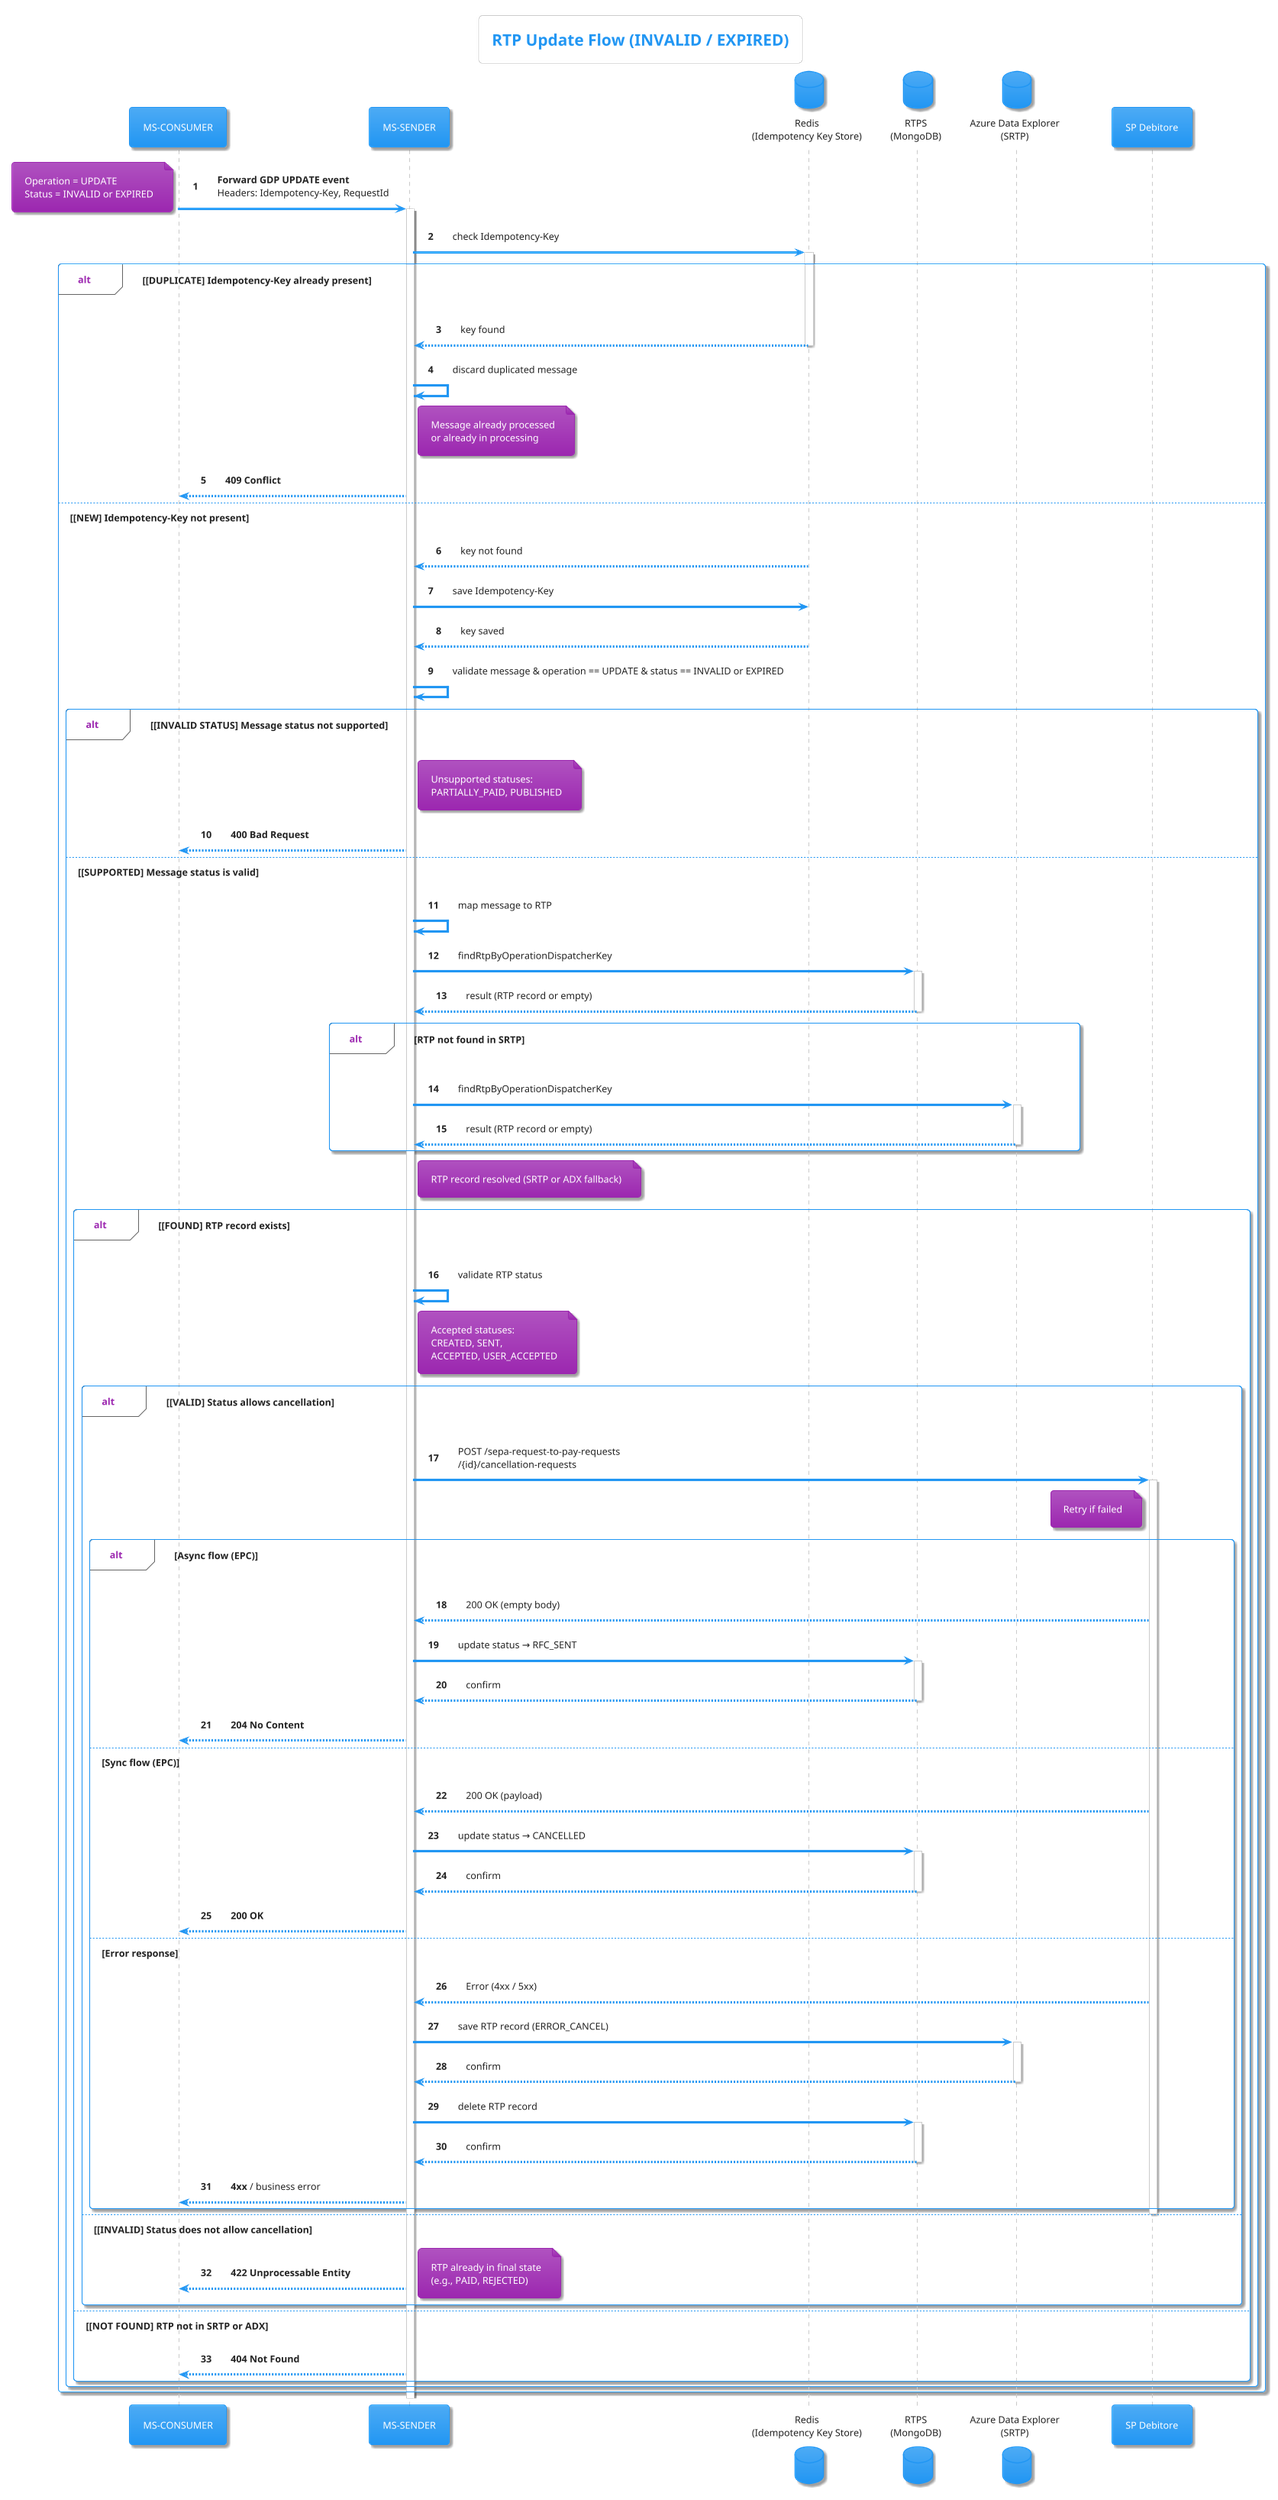
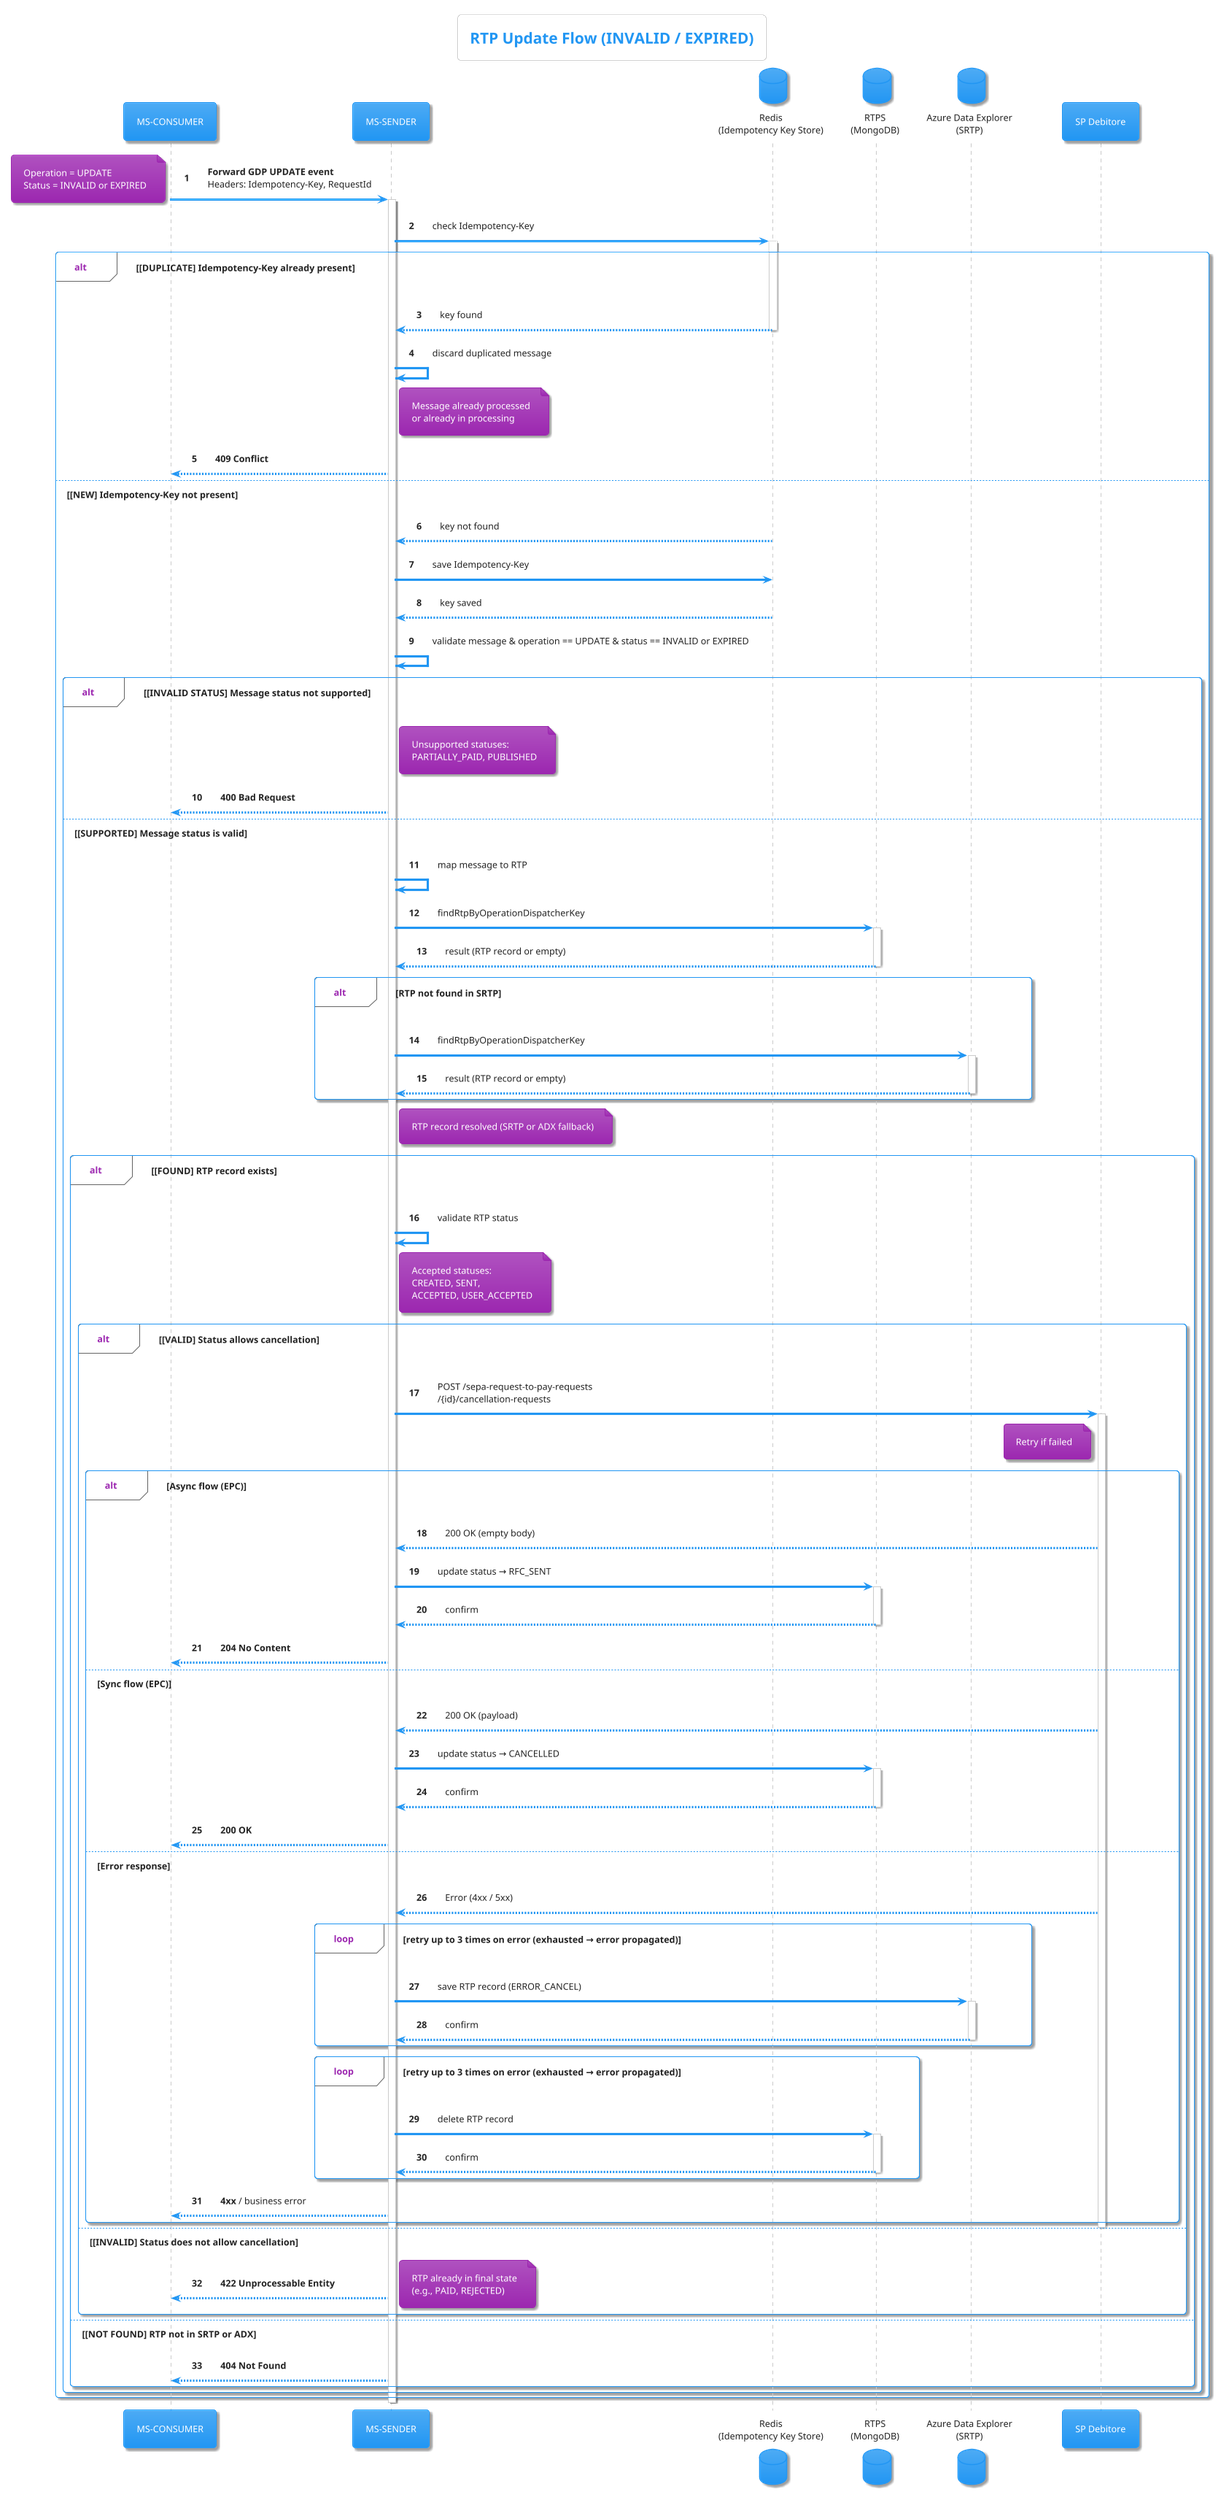
@startuml

!theme materia

title RTP Update Flow (INVALID / EXPIRED)

participant "MS-CONSUMER" as CONSUMER
participant "MS-SENDER" as SENDER
database "Redis\n(Idempotency Key Store)" as REDIS
database "RTPS\n(MongoDB)" as SRTP
database "Azure Data Explorer\n(SRTP)" as ADX
participant "SP Debitore" as SPD

autonumber

CONSUMER -> SENDER: **Forward GDP UPDATE event**\nHeaders: Idempotency-Key, RequestId
note left
  Operation = UPDATE
  Status = INVALID or EXPIRED
end note

activate SENDER

SENDER -> REDIS: check Idempotency-Key
activate REDIS

alt **[DUPLICATE] Idempotency-Key already present**
  REDIS --> SENDER: key found
  deactivate REDIS
  SENDER -> SENDER: discard duplicated message
  note right of SENDER
    Message already processed
    or already in processing
  end note
  SENDER --> CONSUMER: **409 Conflict**

else **[NEW] Idempotency-Key not present**
  REDIS --> SENDER: key not found
  SENDER -> REDIS: save Idempotency-Key
  REDIS --> SENDER: key saved
  deactivate REDIS

  SENDER -> SENDER: validate message & operation == UPDATE & status == INVALID or EXPIRED

  alt **[INVALID STATUS] Message status not supported**
    note right of SENDER
      Unsupported statuses:
      PARTIALLY_PAID, PUBLISHED
    end note
    SENDER --> CONSUMER: **400 Bad Request**

  else **[SUPPORTED] Message status is valid**
    SENDER -> SENDER: map message to RTP

    SENDER -> SRTP: findRtpByOperationDispatcherKey
    activate SRTP
    SRTP --> SENDER: result (RTP record or empty)
    deactivate SRTP

    alt **RTP not found in SRTP**
      SENDER -> ADX: findRtpByOperationDispatcherKey
      activate ADX
      ADX --> SENDER: result (RTP record or empty)
      deactivate ADX
    end
    note right of SENDER: RTP record resolved (SRTP or ADX fallback)

    alt **[FOUND] RTP record exists**

      SENDER -> SENDER: validate RTP status
      note right of SENDER
        Accepted statuses:
        CREATED, SENT,
        ACCEPTED, USER_ACCEPTED
      end note

      alt **[VALID] Status allows cancellation**
        SENDER -> SPD: POST /sepa-request-to-pay-requests\n/{id}/cancellation-requests
        activate SPD
        note left of SPD: Retry if failed

        alt **Async flow (EPC)**
          SPD --> SENDER: 200 OK (empty body)
          SENDER -> SRTP: update status → RFC_SENT
          activate SRTP
          SRTP --> SENDER: confirm
          deactivate SRTP
          SENDER --> CONSUMER: **204 No Content**

        else **Sync flow (EPC)**
          SPD --> SENDER: 200 OK (payload)
          SENDER -> SRTP: update status → CANCELLED
          activate SRTP
          SRTP --> SENDER: confirm
          deactivate SRTP
          SENDER --> CONSUMER: **200 OK**

        else **Error response**
          SPD --> SENDER: Error (4xx / 5xx)
-           SENDER -> ADX: save RTP record (ERROR_CANCEL)
-           activate ADX
-           ADX --> SENDER: confirm
-           deactivate ADX
-           SENDER -> SRTP: delete RTP record
-           activate SRTP
-           SRTP --> SENDER: confirm
-           deactivate SRTP
+           loop **retry up to 3 times on error (exhausted → error propagated)**
+             SENDER -> ADX: save RTP record (ERROR_CANCEL)
+             activate ADX
+             ADX --> SENDER: confirm
+             deactivate ADX
+           end
+           loop **retry up to 3 times on error (exhausted → error propagated)**
+             SENDER -> SRTP: delete RTP record
+             activate SRTP
+             SRTP --> SENDER: confirm
+             deactivate SRTP
+           end
          SENDER --> CONSUMER: **4xx** / business error
        end

        deactivate SPD

      else **[INVALID] Status does not allow cancellation**
        SENDER --> CONSUMER: **422 Unprocessable Entity**
        note right: RTP already in final state\n(e.g., PAID, REJECTED)
      end

    else **[NOT FOUND] RTP not in SRTP or ADX**
      SENDER --> CONSUMER: **404 Not Found**
    end

  end
end

deactivate SENDER

@enduml